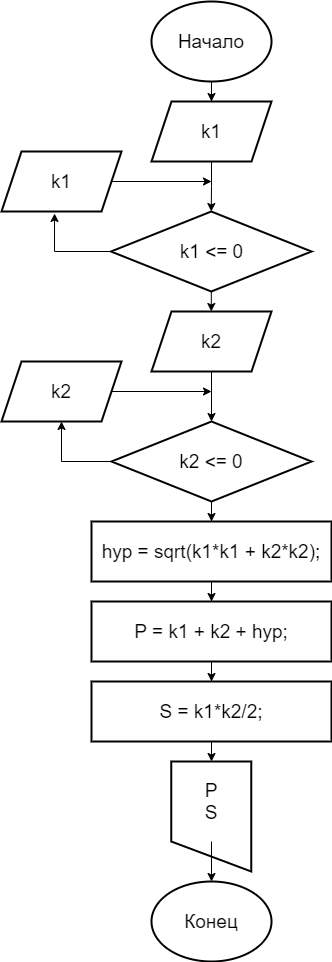
Before: Lab1/Lab1.5/Lab1.5.drawio.png, a diagram exported from draw.io (ga1kokuj1n/Lab1). Source tidied: cells renumbered, new cells last; positions are measured from the earlier drawing's top-left corner, leaving out a move shared by most shapes. Its diagram source:
```xml
<mxGraphModel>
  <root>
    <mxCell id="0" />
    <mxCell id="1" parent="0" />
    <mxCell id="2" style="shape=manualInput;whiteSpace=wrap;html=1;fontSize=19;strokeWidth=2;fillColor=default;flipV=1;" parent="1" vertex="1">
      <mxGeometry x="169.8" y="760" width="80" height="110" as="geometry" />
    </mxCell>
    <mxCell id="3" style="edgeStyle=orthogonalEdgeStyle;rounded=0;jettySize=auto;html=1;entryX=0.5;entryY=0;entryDx=0;entryDy=0;fontSize=19;" parent="1" edge="1" source="4" target="6">
      <mxGeometry relative="1" as="geometry" />
    </mxCell>
    <mxCell id="4" value="&lt;font style=&quot;font-size: 19px&quot;&gt;Начало&lt;/font&gt;" style="ellipse;whiteSpace=wrap;html=1;strokeWidth=2;" parent="1" vertex="1">
      <mxGeometry x="150" width="120" height="80" as="geometry" />
    </mxCell>
    <mxCell id="5" style="edgeStyle=orthogonalEdgeStyle;rounded=0;jettySize=auto;html=1;entryX=0.5;entryY=0;entryDx=0;entryDy=0;fontSize=19;" parent="1" edge="1" source="6" target="8">
      <mxGeometry relative="1" as="geometry" />
    </mxCell>
    <mxCell id="6" value="k1" style="shape=parallelogram;perimeter=parallelogramPerimeter;whiteSpace=wrap;html=1;fixedSize=1;fontSize=19;strokeWidth=2;" parent="1" vertex="1">
      <mxGeometry x="150" y="100" width="120" height="60" as="geometry" />
    </mxCell>
    <mxCell id="7" style="edgeStyle=orthogonalEdgeStyle;rounded=0;jettySize=auto;html=1;fontSize=19;" parent="1" edge="1" source="8" target="13">
      <mxGeometry relative="1" as="geometry" />
    </mxCell>
    <mxCell id="8" value="k1 &amp;lt;= 0" style="rhombus;whiteSpace=wrap;html=1;fontSize=19;strokeWidth=2;" parent="1" vertex="1">
      <mxGeometry x="109.5" y="210" width="200.5" height="80" as="geometry" />
    </mxCell>
    <mxCell id="9" style="edgeStyle=orthogonalEdgeStyle;rounded=0;jettySize=auto;html=1;fontSize=19;" parent="1" edge="1" source="10">
      <mxGeometry relative="1" as="geometry">
        <mxPoint x="210" y="180" as="targetPoint" />
      </mxGeometry>
    </mxCell>
    <mxCell id="10" value="k1" style="shape=parallelogram;perimeter=parallelogramPerimeter;whiteSpace=wrap;html=1;fixedSize=1;fontSize=19;strokeWidth=2;" parent="1" vertex="1">
      <mxGeometry y="150" width="120" height="60" as="geometry" />
    </mxCell>
    <mxCell id="11" style="endArrow=classic;html=1;rounded=0;fontSize=19;entryX=0.442;entryY=1.033;entryDx=0;entryDy=0;entryPerimeter=0;exitX=0;exitY=0.5;exitDx=0;exitDy=0;edgeStyle=orthogonalEdgeStyle;" parent="1" edge="1" source="8" target="10">
      <mxGeometry relative="1" as="geometry">
        <Array as="points">
          <mxPoint x="53" y="250" />
        </Array>
      </mxGeometry>
    </mxCell>
    <mxCell id="12" style="edgeStyle=orthogonalEdgeStyle;rounded=0;jettySize=auto;html=1;fontSize=19;" parent="1" edge="1" source="13" target="15">
      <mxGeometry relative="1" as="geometry" />
    </mxCell>
    <mxCell id="13" value="k2" style="shape=parallelogram;perimeter=parallelogramPerimeter;whiteSpace=wrap;html=1;fixedSize=1;fontSize=19;strokeWidth=2;" parent="1" vertex="1">
      <mxGeometry x="150" y="310" width="120" height="60" as="geometry" />
    </mxCell>
    <mxCell id="14" style="edgeStyle=orthogonalEdgeStyle;rounded=0;jettySize=auto;html=1;fontSize=19;" parent="1" edge="1" source="15" target="20">
      <mxGeometry relative="1" as="geometry" />
    </mxCell>
    <mxCell id="15" value="k2 &amp;lt;= 0" style="rhombus;whiteSpace=wrap;html=1;fontSize=19;strokeWidth=2;" parent="1" vertex="1">
      <mxGeometry x="110" y="420" width="200" height="80" as="geometry" />
    </mxCell>
    <mxCell id="16" style="edgeStyle=orthogonalEdgeStyle;rounded=0;jettySize=auto;html=1;fontSize=19;" parent="1" edge="1" source="17">
      <mxGeometry relative="1" as="geometry">
        <mxPoint x="210" y="390" as="targetPoint" />
      </mxGeometry>
    </mxCell>
    <mxCell id="17" value="k2" style="shape=parallelogram;perimeter=parallelogramPerimeter;whiteSpace=wrap;html=1;fixedSize=1;fontSize=19;strokeWidth=2;" parent="1" vertex="1">
      <mxGeometry y="360" width="120" height="60" as="geometry" />
    </mxCell>
    <mxCell id="18" style="endArrow=classic;html=1;rounded=0;fontSize=19;exitX=0;exitY=0.5;exitDx=0;exitDy=0;entryX=0.5;entryY=1;entryDx=0;entryDy=0;edgeStyle=orthogonalEdgeStyle;" parent="1" edge="1" source="15" target="17">
      <mxGeometry relative="1" as="geometry" />
    </mxCell>
    <mxCell id="19" style="edgeStyle=orthogonalEdgeStyle;rounded=0;jettySize=auto;html=1;fontSize=19;" parent="1" edge="1" source="20" target="22">
      <mxGeometry relative="1" as="geometry" />
    </mxCell>
    <mxCell id="20" value="hyp = sqrt(k1*k1 + k2*k2);" style="whiteSpace=wrap;html=1;fontSize=19;strokeWidth=2;" parent="1" vertex="1">
      <mxGeometry x="90" y="520" width="240" height="60" as="geometry" />
    </mxCell>
    <mxCell id="21" style="edgeStyle=orthogonalEdgeStyle;rounded=0;jettySize=auto;html=1;fontSize=19;" parent="1" edge="1" source="22" target="24">
      <mxGeometry relative="1" as="geometry" />
    </mxCell>
    <mxCell id="22" value="P = k1 + k2 + hyp;" style="whiteSpace=wrap;html=1;fontSize=19;strokeWidth=2;" parent="1" vertex="1">
      <mxGeometry x="90" y="600" width="240" height="60" as="geometry" />
    </mxCell>
    <mxCell id="23" style="edgeStyle=orthogonalEdgeStyle;rounded=0;jettySize=auto;html=1;fontSize=19;" parent="1" edge="1" source="24" target="2">
      <mxGeometry relative="1" as="geometry" />
    </mxCell>
    <mxCell id="24" value="S = k1*k2/2;" style="whiteSpace=wrap;html=1;fontSize=19;strokeWidth=2;" parent="1" vertex="1">
      <mxGeometry x="90" y="680" width="240" height="60" as="geometry" />
    </mxCell>
    <mxCell id="25" style="edgeStyle=orthogonalEdgeStyle;rounded=0;jettySize=auto;html=1;exitX=0.5;exitY=1;exitDx=0;exitDy=0;fontSize=19;entryX=0.5;entryY=0;entryDx=0;entryDy=0;" parent="1" edge="1" source="26" target="27">
      <mxGeometry relative="1" as="geometry" />
    </mxCell>
    <mxCell id="26" value="P&lt;br&gt;S" style="whiteSpace=wrap;html=1;fontSize=19;strokeWidth=2;fillColor=none;strokeColor=none;" parent="1" vertex="1">
      <mxGeometry x="170" y="760" width="80" height="80" as="geometry" />
    </mxCell>
    <mxCell id="27" value="&lt;span style=&quot;font-size: 19px&quot;&gt;Конец&lt;br&gt;&lt;/span&gt;" style="ellipse;whiteSpace=wrap;html=1;strokeWidth=2;" parent="1" vertex="1">
      <mxGeometry x="150" y="880" width="120" height="80" as="geometry" />
    </mxCell>
  </root>
</mxGraphModel>
```
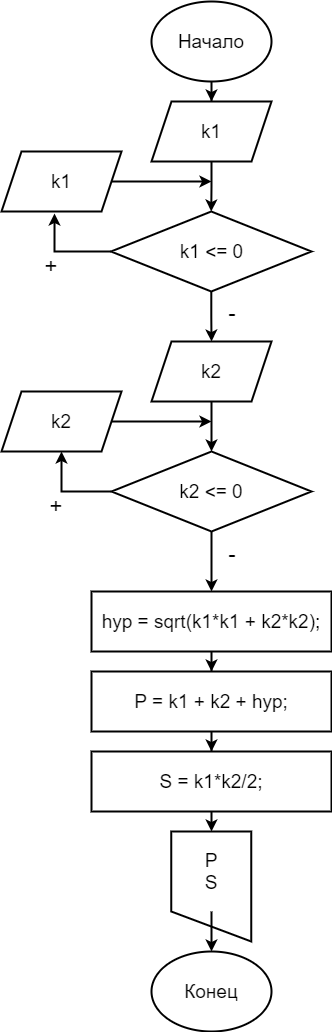
Later version of the same file.

Change to the diagram source:
```diff
@@ -3,27 +3,27 @@
     <mxCell id="0" />
     <mxCell id="1" parent="0" />
     <mxCell id="2" style="shape=manualInput;whiteSpace=wrap;html=1;fontSize=19;strokeWidth=2;fillColor=default;flipV=1;" parent="1" vertex="1">
-      <mxGeometry x="169.8" y="760" width="80" height="110" as="geometry" />
+      <mxGeometry x="169.8" y="830" width="80" height="110" as="geometry" />
     </mxCell>
-    <mxCell id="3" style="edgeStyle=orthogonalEdgeStyle;rounded=0;jettySize=auto;html=1;entryX=0.5;entryY=0;entryDx=0;entryDy=0;fontSize=19;" parent="1" edge="1" source="4" target="6">
+    <mxCell id="3" style="edgeStyle=orthogonalEdgeStyle;rounded=0;jettySize=auto;html=1;entryX=0.5;entryY=0;entryDx=0;entryDy=0;fontSize=19;strokeWidth=2;" parent="1" edge="1" source="4" target="6">
       <mxGeometry relative="1" as="geometry" />
     </mxCell>
     <mxCell id="4" value="&lt;font style=&quot;font-size: 19px&quot;&gt;Начало&lt;/font&gt;" style="ellipse;whiteSpace=wrap;html=1;strokeWidth=2;" parent="1" vertex="1">
       <mxGeometry x="150" width="120" height="80" as="geometry" />
     </mxCell>
-    <mxCell id="5" style="edgeStyle=orthogonalEdgeStyle;rounded=0;jettySize=auto;html=1;entryX=0.5;entryY=0;entryDx=0;entryDy=0;fontSize=19;" parent="1" edge="1" source="6" target="8">
+    <mxCell id="5" style="edgeStyle=orthogonalEdgeStyle;rounded=0;jettySize=auto;html=1;entryX=0.5;entryY=0;entryDx=0;entryDy=0;fontSize=19;strokeWidth=2;" parent="1" edge="1" source="6" target="8">
       <mxGeometry relative="1" as="geometry" />
     </mxCell>
     <mxCell id="6" value="k1" style="shape=parallelogram;perimeter=parallelogramPerimeter;whiteSpace=wrap;html=1;fixedSize=1;fontSize=19;strokeWidth=2;" parent="1" vertex="1">
       <mxGeometry x="150" y="100" width="120" height="60" as="geometry" />
     </mxCell>
-    <mxCell id="7" style="edgeStyle=orthogonalEdgeStyle;rounded=0;jettySize=auto;html=1;fontSize=19;" parent="1" edge="1" source="8" target="13">
+    <mxCell id="7" style="edgeStyle=orthogonalEdgeStyle;rounded=0;jettySize=auto;html=1;fontSize=19;strokeWidth=2;" parent="1" edge="1" source="8" target="13">
       <mxGeometry relative="1" as="geometry" />
     </mxCell>
     <mxCell id="8" value="k1 &amp;lt;= 0" style="rhombus;whiteSpace=wrap;html=1;fontSize=19;strokeWidth=2;" parent="1" vertex="1">
       <mxGeometry x="109.5" y="210" width="200.5" height="80" as="geometry" />
     </mxCell>
-    <mxCell id="9" style="edgeStyle=orthogonalEdgeStyle;rounded=0;jettySize=auto;html=1;fontSize=19;" parent="1" edge="1" source="10">
+    <mxCell id="9" style="edgeStyle=orthogonalEdgeStyle;rounded=0;jettySize=auto;html=1;fontSize=19;strokeWidth=2;" parent="1" edge="1" source="10">
       <mxGeometry relative="1" as="geometry">
         <mxPoint x="210" y="180" as="targetPoint" />
       </mxGeometry>
@@ -31,62 +31,74 @@
     <mxCell id="10" value="k1" style="shape=parallelogram;perimeter=parallelogramPerimeter;whiteSpace=wrap;html=1;fixedSize=1;fontSize=19;strokeWidth=2;" parent="1" vertex="1">
       <mxGeometry y="150" width="120" height="60" as="geometry" />
     </mxCell>
-    <mxCell id="11" style="endArrow=classic;html=1;rounded=0;fontSize=19;entryX=0.442;entryY=1.033;entryDx=0;entryDy=0;entryPerimeter=0;exitX=0;exitY=0.5;exitDx=0;exitDy=0;edgeStyle=orthogonalEdgeStyle;" parent="1" edge="1" source="8" target="10">
+    <mxCell id="11" style="endArrow=classic;html=1;rounded=0;fontSize=19;entryX=0.442;entryY=1.033;entryDx=0;entryDy=0;entryPerimeter=0;exitX=0;exitY=0.5;exitDx=0;exitDy=0;edgeStyle=orthogonalEdgeStyle;strokeWidth=2;" parent="1" edge="1" source="8" target="10">
       <mxGeometry relative="1" as="geometry">
         <Array as="points">
           <mxPoint x="53" y="250" />
         </Array>
       </mxGeometry>
     </mxCell>
-    <mxCell id="12" style="edgeStyle=orthogonalEdgeStyle;rounded=0;jettySize=auto;html=1;fontSize=19;" parent="1" edge="1" source="13" target="15">
+    <mxCell id="12" style="edgeStyle=orthogonalEdgeStyle;rounded=0;jettySize=auto;html=1;fontSize=19;strokeWidth=2;" parent="1" edge="1" source="13" target="15">
       <mxGeometry relative="1" as="geometry" />
     </mxCell>
     <mxCell id="13" value="k2" style="shape=parallelogram;perimeter=parallelogramPerimeter;whiteSpace=wrap;html=1;fixedSize=1;fontSize=19;strokeWidth=2;" parent="1" vertex="1">
-      <mxGeometry x="150" y="310" width="120" height="60" as="geometry" />
+      <mxGeometry x="150" y="340" width="120" height="60" as="geometry" />
     </mxCell>
-    <mxCell id="14" style="edgeStyle=orthogonalEdgeStyle;rounded=0;jettySize=auto;html=1;fontSize=19;" parent="1" edge="1" source="15" target="20">
+    <mxCell id="14" style="edgeStyle=orthogonalEdgeStyle;rounded=0;jettySize=auto;html=1;fontSize=19;strokeWidth=2;" parent="1" edge="1" source="15" target="20">
       <mxGeometry relative="1" as="geometry" />
     </mxCell>
     <mxCell id="15" value="k2 &amp;lt;= 0" style="rhombus;whiteSpace=wrap;html=1;fontSize=19;strokeWidth=2;" parent="1" vertex="1">
-      <mxGeometry x="110" y="420" width="200" height="80" as="geometry" />
+      <mxGeometry x="110" y="450" width="200" height="80" as="geometry" />
     </mxCell>
-    <mxCell id="16" style="edgeStyle=orthogonalEdgeStyle;rounded=0;jettySize=auto;html=1;fontSize=19;" parent="1" edge="1" source="17">
+    <mxCell id="16" style="edgeStyle=orthogonalEdgeStyle;rounded=0;jettySize=auto;html=1;fontSize=19;strokeWidth=2;" parent="1" edge="1" source="17">
       <mxGeometry relative="1" as="geometry">
-        <mxPoint x="210" y="390" as="targetPoint" />
+        <mxPoint x="210" y="420" as="targetPoint" />
       </mxGeometry>
     </mxCell>
     <mxCell id="17" value="k2" style="shape=parallelogram;perimeter=parallelogramPerimeter;whiteSpace=wrap;html=1;fixedSize=1;fontSize=19;strokeWidth=2;" parent="1" vertex="1">
-      <mxGeometry y="360" width="120" height="60" as="geometry" />
+      <mxGeometry y="390" width="120" height="60" as="geometry" />
     </mxCell>
-    <mxCell id="18" style="endArrow=classic;html=1;rounded=0;fontSize=19;exitX=0;exitY=0.5;exitDx=0;exitDy=0;entryX=0.5;entryY=1;entryDx=0;entryDy=0;edgeStyle=orthogonalEdgeStyle;" parent="1" edge="1" source="15" target="17">
+    <mxCell id="18" style="endArrow=classic;html=1;rounded=0;fontSize=19;exitX=0;exitY=0.5;exitDx=0;exitDy=0;entryX=0.5;entryY=1;entryDx=0;entryDy=0;edgeStyle=orthogonalEdgeStyle;strokeWidth=2;" parent="1" edge="1" source="15" target="17">
       <mxGeometry relative="1" as="geometry" />
     </mxCell>
-    <mxCell id="19" style="edgeStyle=orthogonalEdgeStyle;rounded=0;jettySize=auto;html=1;fontSize=19;" parent="1" edge="1" source="20" target="22">
+    <mxCell id="19" style="edgeStyle=orthogonalEdgeStyle;rounded=0;jettySize=auto;html=1;fontSize=19;strokeWidth=2;" parent="1" edge="1" source="20" target="22">
       <mxGeometry relative="1" as="geometry" />
     </mxCell>
     <mxCell id="20" value="hyp = sqrt(k1*k1 + k2*k2);" style="whiteSpace=wrap;html=1;fontSize=19;strokeWidth=2;" parent="1" vertex="1">
-      <mxGeometry x="90" y="520" width="240" height="60" as="geometry" />
+      <mxGeometry x="90" y="590" width="240" height="60" as="geometry" />
     </mxCell>
-    <mxCell id="21" style="edgeStyle=orthogonalEdgeStyle;rounded=0;jettySize=auto;html=1;fontSize=19;" parent="1" edge="1" source="22" target="24">
+    <mxCell id="21" style="edgeStyle=orthogonalEdgeStyle;rounded=0;jettySize=auto;html=1;fontSize=19;strokeWidth=2;" parent="1" edge="1" source="22" target="24">
       <mxGeometry relative="1" as="geometry" />
     </mxCell>
     <mxCell id="22" value="P = k1 + k2 + hyp;" style="whiteSpace=wrap;html=1;fontSize=19;strokeWidth=2;" parent="1" vertex="1">
-      <mxGeometry x="90" y="600" width="240" height="60" as="geometry" />
+      <mxGeometry x="90" y="670" width="240" height="60" as="geometry" />
     </mxCell>
-    <mxCell id="23" style="edgeStyle=orthogonalEdgeStyle;rounded=0;jettySize=auto;html=1;fontSize=19;" parent="1" edge="1" source="24" target="2">
+    <mxCell id="23" style="edgeStyle=orthogonalEdgeStyle;rounded=0;jettySize=auto;html=1;fontSize=19;strokeWidth=2;" parent="1" edge="1" source="24" target="2">
       <mxGeometry relative="1" as="geometry" />
     </mxCell>
     <mxCell id="24" value="S = k1*k2/2;" style="whiteSpace=wrap;html=1;fontSize=19;strokeWidth=2;" parent="1" vertex="1">
-      <mxGeometry x="90" y="680" width="240" height="60" as="geometry" />
+      <mxGeometry x="90" y="750" width="240" height="60" as="geometry" />
     </mxCell>
-    <mxCell id="25" style="edgeStyle=orthogonalEdgeStyle;rounded=0;jettySize=auto;html=1;exitX=0.5;exitY=1;exitDx=0;exitDy=0;fontSize=19;entryX=0.5;entryY=0;entryDx=0;entryDy=0;" parent="1" edge="1" source="26" target="27">
+    <mxCell id="25" style="edgeStyle=orthogonalEdgeStyle;rounded=0;jettySize=auto;html=1;exitX=0.5;exitY=1;exitDx=0;exitDy=0;fontSize=19;entryX=0.5;entryY=0;entryDx=0;entryDy=0;strokeWidth=2;" parent="1" edge="1" source="26" target="27">
       <mxGeometry relative="1" as="geometry" />
     </mxCell>
     <mxCell id="26" value="P&lt;br&gt;S" style="whiteSpace=wrap;html=1;fontSize=19;strokeWidth=2;fillColor=none;strokeColor=none;" parent="1" vertex="1">
-      <mxGeometry x="170" y="760" width="80" height="80" as="geometry" />
+      <mxGeometry x="170" y="830" width="80" height="80" as="geometry" />
     </mxCell>
     <mxCell id="27" value="&lt;span style=&quot;font-size: 19px&quot;&gt;Конец&lt;br&gt;&lt;/span&gt;" style="ellipse;whiteSpace=wrap;html=1;strokeWidth=2;" parent="1" vertex="1">
-      <mxGeometry x="150" y="880" width="120" height="80" as="geometry" />
+      <mxGeometry x="150" y="950" width="120" height="80" as="geometry" />
     </mxCell>
+    <mxCell id="28" value="&lt;font style=&quot;font-size: 22px&quot;&gt;+&lt;/font&gt;" style="whiteSpace=wrap;html=1;fontSize=19;strokeWidth=2;fillColor=none;strokeColor=none;" parent="1" vertex="1">
+      <mxGeometry x="10" y="225" width="80" height="80" as="geometry" />
+    </mxCell>
+    <mxCell id="29" value="&lt;font style=&quot;font-size: 22px&quot;&gt;+&lt;/font&gt;" style="whiteSpace=wrap;html=1;fontSize=19;strokeWidth=2;fillColor=none;strokeColor=none;" parent="1" vertex="1">
+      <mxGeometry x="15" y="465" width="80" height="80" as="geometry" />
+    </mxCell>
+    <mxCell id="30" value="&lt;font style=&quot;font-size: 22px&quot;&gt;-&lt;/font&gt;" style="whiteSpace=wrap;html=1;fontSize=19;strokeWidth=2;fillColor=none;strokeColor=none;" parent="1" vertex="1">
+      <mxGeometry x="191" y="272" width="80" height="80" as="geometry" />
+    </mxCell>
+    <mxCell id="31" value="&lt;font style=&quot;font-size: 22px&quot;&gt;-&lt;/font&gt;" style="whiteSpace=wrap;html=1;fontSize=19;strokeWidth=2;fillColor=none;strokeColor=none;" parent="1" vertex="1">
+      <mxGeometry x="191" y="513" width="80" height="80" as="geometry" />
+    </mxCell>
   </root>
 </mxGraphModel>
```
